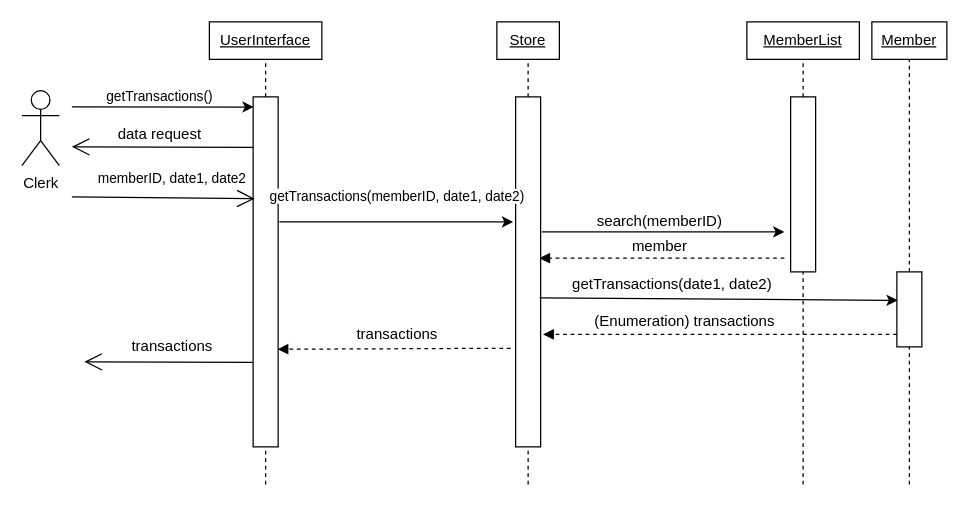
Earlier version of the draw.io diagram Doc/Sequence Diagrams/Diagram 9.drawio (vinnyyo/GroupProject1). Source tidied: cells renumbered, new cells numbered last; positions are measured from the earlier drawing's top-left corner, leaving out a move shared by most shapes. Both pictures are drawn from the tidied source at 125%, with x=0, y=0 at pixel (21, 21).
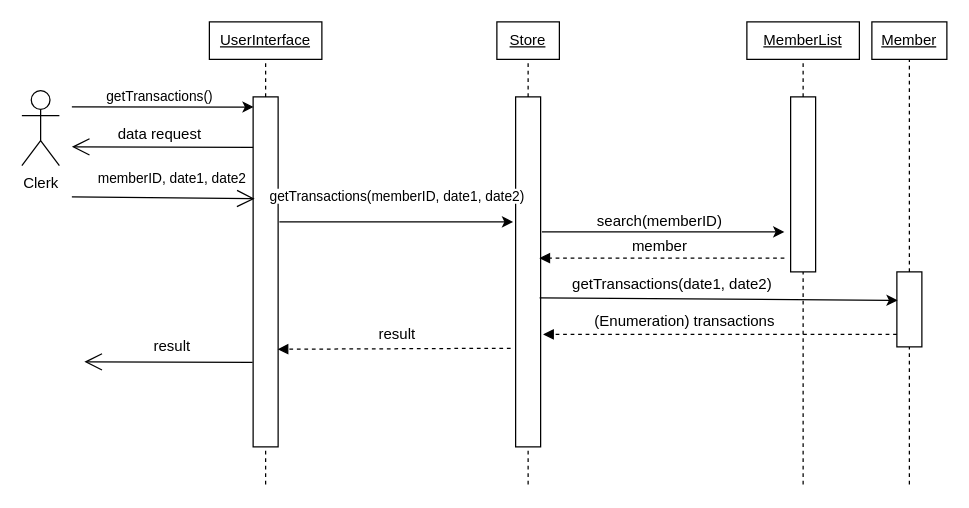
The same diagram, later.

What changed in the source:
```diff
@@
-    <mxCell id="30" value="transactions" style="text;html=1;align=center;verticalAlign=middle;" parent="1" vertex="1">
-      <mxGeometry x="260" y="240" width="80" height="20" as="geometry" />
+    <mxCell id="30" value="result" style="text;html=1;align=center;verticalAlign=middle;" parent="1" vertex="1">
+      <mxGeometry x="275" y="240" width="50" height="20" as="geometry" />
     </mxCell>
@@
-    <mxCell id="32" value="transactions" style="text;html=1;align=center;verticalAlign=middle;" parent="1" vertex="1">
-      <mxGeometry x="80" y="250" width="80" height="20" as="geometry" />
+    <mxCell id="32" value="result" style="text;html=1;align=center;verticalAlign=middle;" parent="1" vertex="1">
+      <mxGeometry x="95" y="250" width="50" height="20" as="geometry" />
     </mxCell>
```
